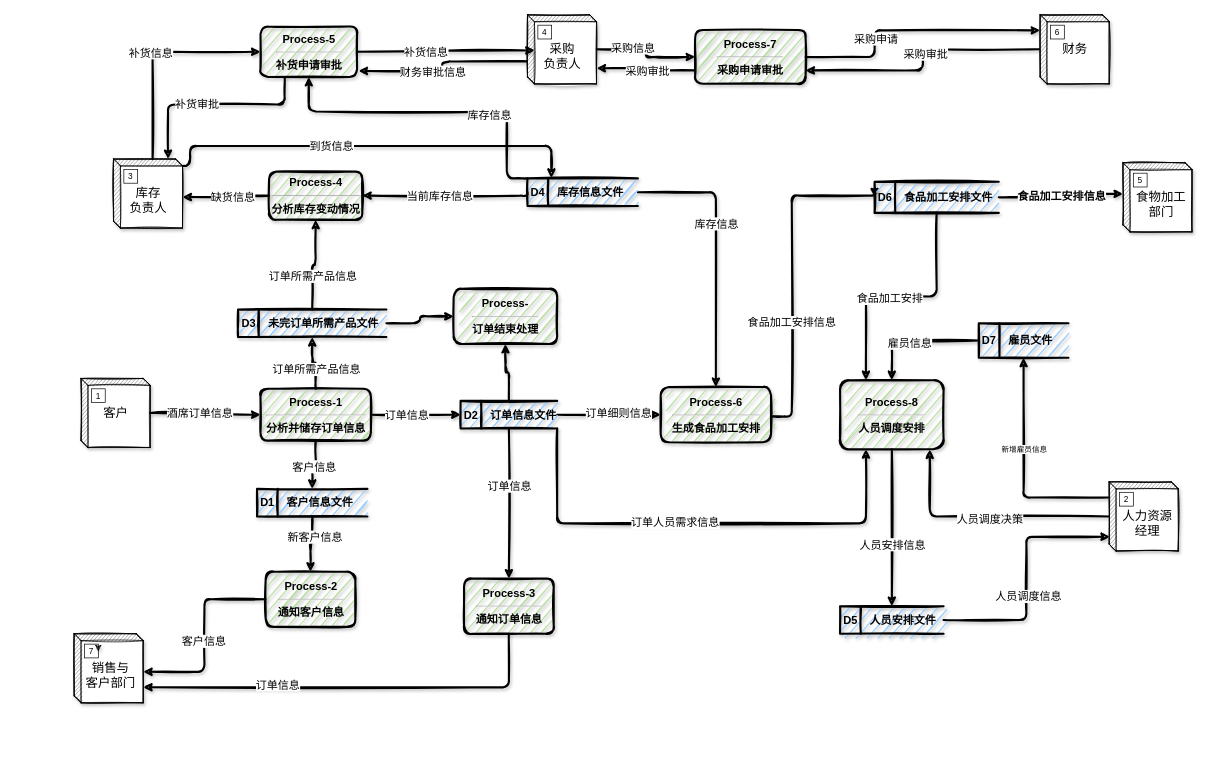
Before: DFD/DFD_layer_0.drawio in YuanchenZhu2020/DrawIO, a draw.io diagram. Source tidied: cells renumbered, new cells numbered last; positions are measured from the earlier drawing's top-left corner, leaving out a move shared by most shapes. Both pictures are drawn from the tidied source at 69%, with x=0, y=0 at pixel (74, 14).
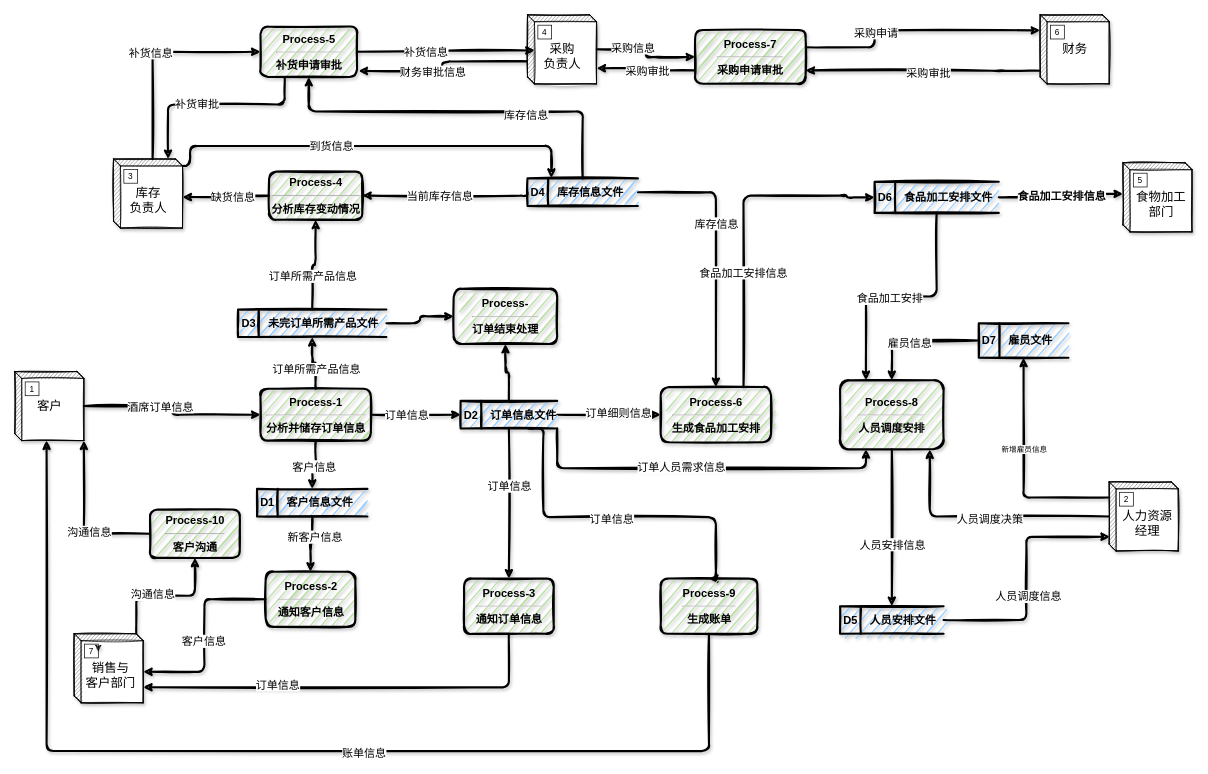
The same page after the edit.

Unchanged cells that the change refers to:
```xml
<mxCell id="22" value="&lt;font style=&quot;font-size: 18px&quot;&gt;财务&lt;/font&gt;" style="html=1;dashed=0;whitespace=wrap;shape=mxgraph.dfd.externalEntity;fontSize=14;shadow=1;sketch=1;" parent="1" vertex="1">
  <mxGeometry x="1400" width="100" height="100" as="geometry" />
</mxCell>
<mxCell id="30" value="&lt;font style=&quot;font-size: 18px&quot;&gt;&lt;br&gt;&amp;nbsp;销售与&lt;br&gt;&amp;nbsp;客户部门&lt;/font&gt;" style="html=1;dashed=0;whitespace=wrap;shape=mxgraph.dfd.externalEntity;shadow=1;sketch=1;fontSize=14;" parent="1" vertex="1">
  <mxGeometry y="897" width="100" height="100" as="geometry" />
</mxCell>
<mxCell id="47" value="&lt;font size=&quot;1&quot;&gt;&lt;b style=&quot;font-size: 16px&quot;&gt;D2&amp;nbsp; &amp;nbsp; 订单信息文件&lt;/b&gt;&lt;/font&gt;" style="html=1;dashed=0;whitespace=wrap;shape=mxgraph.dfd.dataStoreID;align=left;spacingLeft=3;points=[[0,0],[0.5,0],[1,0],[0,0.5],[1,0.5],[0,1],[0.5,1],[1,1]];rounded=1;shadow=1;sketch=1;strokeWidth=3;fillColor=#99CCFF;" parent="1" vertex="1">
  <mxGeometry x="560" y="559.5" width="140" height="40" as="geometry" />
</mxCell>
<mxCell id="70" value="&lt;b&gt;&lt;font style=&quot;font-size: 16px&quot;&gt;D4&amp;nbsp; &amp;nbsp; 库存信息文件&lt;/font&gt;&lt;/b&gt;" style="html=1;dashed=0;whitespace=wrap;shape=mxgraph.dfd.dataStoreID;align=left;spacingLeft=3;points=[[0,0],[0.5,0],[1,0],[0,0.5],[1,0.5],[0,1],[0.5,1],[1,1]];rounded=1;shadow=1;sketch=1;strokeWidth=3;fillColor=#99CCFF;" parent="1" vertex="1">
  <mxGeometry x="657" y="237" width="160" height="40" as="geometry" />
</mxCell>
<mxCell id="75" value="&lt;font style=&quot;font-size: 16px&quot;&gt;&lt;b&gt;Process-5&lt;/b&gt;&lt;/font&gt;&lt;hr style=&quot;font-size: 16px&quot;&gt;&lt;font style=&quot;font-size: 16px&quot;&gt;&lt;b&gt;补货申请审批&lt;/b&gt;&lt;/font&gt;" style="html=1;dashed=0;whitespace=wrap;rounded=1;shadow=1;sketch=1;strokeWidth=3;align=center;fillColor=#B9E0A5;" parent="1" vertex="1">
  <mxGeometry x="270" y="17" width="140" height="73" as="geometry" />
</mxCell>
<mxCell id="78" value="&lt;b style=&quot;font-size: 16px&quot;&gt;&lt;font style=&quot;font-size: 16px&quot;&gt;Process-6&lt;/font&gt;&lt;/b&gt;&lt;hr style=&quot;font-size: 16px&quot;&gt;&lt;b style=&quot;font-size: 16px&quot;&gt;&lt;font style=&quot;font-size: 16px&quot;&gt;生成食品加工安排&lt;/font&gt;&lt;/b&gt;" style="html=1;dashed=0;whitespace=wrap;rounded=1;shadow=1;sketch=1;strokeWidth=3;fillColor=#B9E0A5;align=center;" parent="1" vertex="1">
  <mxGeometry x="850" y="539.5" width="160" height="80" as="geometry" />
</mxCell>
<mxCell id="83" value="&lt;font style=&quot;font-size: 16px&quot;&gt;&lt;b&gt;Process-7&lt;/b&gt;&lt;/font&gt;&lt;hr style=&quot;font-size: 16px&quot;&gt;&lt;font style=&quot;font-size: 16px&quot;&gt;&lt;b&gt;采购申请审批&lt;/b&gt;&lt;/font&gt;" style="rounded=1;whiteSpace=wrap;html=1;shadow=1;dashed=0;sketch=1;strokeWidth=3;fillColor=#B9E0A5;" parent="1" vertex="1">
  <mxGeometry x="900" y="22" width="160" height="78" as="geometry" />
</mxCell>
<mxCell id="86" value="&lt;b style=&quot;font-size: 16px&quot;&gt;&lt;font style=&quot;font-size: 16px&quot;&gt;Process-8&lt;/font&gt;&lt;/b&gt;&lt;hr style=&quot;font-size: 16px&quot;&gt;&lt;b style=&quot;font-size: 16px&quot;&gt;&lt;font style=&quot;font-size: 16px&quot;&gt;人员调度安排&lt;/font&gt;&lt;/b&gt;" style="rounded=1;whiteSpace=wrap;html=1;shadow=1;dashed=0;sketch=1;strokeWidth=3;fillColor=#B9E0A5;" parent="1" vertex="1">
  <mxGeometry x="1110" y="529.5" width="150" height="100" as="geometry" />
</mxCell>
<mxCell id="95" value="&lt;b&gt;&lt;font style=&quot;font-size: 16px&quot;&gt;D6&amp;nbsp; &amp;nbsp; 食品加工安排文件&lt;/font&gt;&lt;/b&gt;" style="html=1;dashed=0;whitespace=wrap;shape=mxgraph.dfd.dataStoreID;align=left;spacingLeft=3;points=[[0,0],[0.5,0],[1,0],[0,0.5],[1,0.5],[0,1],[0.5,1],[1,1]];rounded=1;shadow=1;sketch=1;strokeWidth=3;fillColor=#99CCFF;" parent="1" vertex="1">
  <mxGeometry x="1160" y="242" width="180" height="45" as="geometry" />
</mxCell>
```

What changed in the source:
```diff
@@
     <mxCell id="4" value="&lt;p&gt;&lt;span style=&quot;font-size: 18px ; font-family: &amp;#34;comic sans ms&amp;#34;&quot;&gt;客户&lt;/span&gt;&lt;br&gt;&lt;/p&gt;" style="html=1;dashed=0;whitespace=wrap;shape=mxgraph.dfd.externalEntity;sketch=1;shadow=1;" parent="1" vertex="1">
-      <mxGeometry x="10" y="527" width="100" height="100" as="geometry" />
+      <mxGeometry x="-86" y="517" width="100" height="100" as="geometry" />
     </mxCell>
@@
     <mxCell id="20" style="edgeStyle=orthogonalEdgeStyle;sketch=1;jettySize=auto;html=1;entryX=1;entryY=0.75;entryDx=0;entryDy=0;shadow=1;strokeWidth=3;" parent="1" edge="1" source="22" target="83">
-      <mxGeometry relative="1" as="geometry" />
+      <mxGeometry relative="1" as="geometry">
+        <Array as="points">
+          <mxPoint x="1340" y="81" />
+          <mxPoint x="1340" y="81" />
+        </Array>
+      </mxGeometry>
     </mxCell>
@@
+    <mxCell id="99" style="edgeStyle=orthogonalEdgeStyle;sketch=1;jettySize=auto;html=1;entryX=0.5;entryY=1;entryDx=0;entryDy=0;shadow=1;strokeWidth=3;exitX=0;exitY=0;exitDx=90;exitDy=0;exitPerimeter=0;" parent="1" edge="1" source="30" target="108">
+      <mxGeometry relative="1" as="geometry" />
+    </mxCell>
+    <mxCell id="100" value="&lt;font style=&quot;font-size: 16px&quot;&gt;沟通信息&lt;/font&gt;" style="edgeLabel;html=1;align=center;verticalAlign=middle;" parent="99" vertex="1">
+      <mxGeometry x="-0.19" y="3" relative="1" as="geometry">
+        <mxPoint x="-1" as="offset" />
+      </mxGeometry>
+    </mxCell>
@@
     <mxCell id="44" style="edgeStyle=orthogonalEdgeStyle;sketch=1;jettySize=auto;html=1;exitX=1;exitY=1;exitDx=0;exitDy=0;entryX=0.25;entryY=1;entryDx=0;entryDy=0;shadow=1;strokeWidth=3;" parent="1" edge="1" source="47" target="86">
       <mxGeometry relative="1" as="geometry">
         <Array as="points">
-          <mxPoint x="700" y="737" />
-          <mxPoint x="1148" y="737" />
+          <mxPoint x="700" y="657" />
+          <mxPoint x="1148" y="657" />
         </Array>
       </mxGeometry>
     </mxCell>
@@
+    <mxCell id="101" style="edgeStyle=orthogonalEdgeStyle;sketch=1;jettySize=auto;html=1;exitX=0.702;exitY=0.996;exitDx=0;exitDy=0;shadow=1;strokeWidth=3;entryX=0.5;entryY=0;entryDx=0;entryDy=0;exitPerimeter=0;" parent="1" edge="1" source="47" target="105">
+      <mxGeometry relative="1" as="geometry">
+        <Array as="points">
+          <mxPoint x="680" y="599" />
+          <mxPoint x="680" y="728" />
+          <mxPoint x="930" y="728" />
+          <mxPoint x="930" y="817" />
+        </Array>
+      </mxGeometry>
+    </mxCell>
+    <mxCell id="102" value="&lt;font style=&quot;font-size: 16px&quot;&gt;订单信息&lt;/font&gt;" style="edgeLabel;html=1;align=center;verticalAlign=middle;" parent="101" vertex="1">
+      <mxGeometry y="-2" relative="1" as="geometry">
+        <mxPoint x="-1" as="offset" />
+      </mxGeometry>
+    </mxCell>
@@
-    <mxCell id="68" style="edgeStyle=orthogonalEdgeStyle;sketch=1;jettySize=auto;html=1;entryX=0.5;entryY=1;entryDx=0;entryDy=0;shadow=1;strokeWidth=3;exitX=0;exitY=0;exitDx=0;exitDy=0;" parent="1" edge="1" source="70" target="75">
+    <mxCell id="68" style="edgeStyle=orthogonalEdgeStyle;sketch=1;jettySize=auto;html=1;entryX=0.5;entryY=1;entryDx=0;entryDy=0;shadow=1;strokeWidth=3;exitX=0.5;exitY=0;exitDx=0;exitDy=0;" parent="1" edge="1" source="70" target="75">
       <mxGeometry relative="1" as="geometry">
         <Array as="points">
-          <mxPoint x="627" y="237" />
-          <mxPoint x="627" y="140" />
+          <mxPoint x="737" y="140" />
           <mxPoint x="340" y="140" />
         </Array>
       </mxGeometry>
     </mxCell>
@@
-    <mxCell id="76" style="edgeStyle=orthogonalEdgeStyle;sketch=1;jettySize=auto;html=1;shadow=1;strokeWidth=3;entryX=0;entryY=0.5;entryDx=0;entryDy=0;" parent="1" edge="1" source="78" target="95">
+    <mxCell id="76" style="edgeStyle=orthogonalEdgeStyle;sketch=1;jettySize=auto;html=1;shadow=1;strokeWidth=3;exitX=0.75;exitY=0;exitDx=0;exitDy=0;entryX=0;entryY=0.5;entryDx=0;entryDy=0;" parent="1" edge="1" source="78" target="95">
       <mxGeometry relative="1" as="geometry">
         <Array as="points">
-          <mxPoint x="1040" y="582" />
-          <mxPoint x="1040" y="262" />
-          <mxPoint x="1160" y="262" />
+          <mxPoint x="970" y="262" />
+          <mxPoint x="1120" y="262" />
+          <mxPoint x="1120" y="265" />
         </Array>
       </mxGeometry>
     </mxCell>
@@
     <mxCell id="79" style="edgeStyle=orthogonalEdgeStyle;sketch=1;jettySize=auto;html=1;entryX=0;entryY=0;entryDx=0;entryDy=22.5;entryPerimeter=0;shadow=1;strokeWidth=3;" parent="1" edge="1" source="83" target="22">
       <mxGeometry relative="1" as="geometry">
         <Array as="points">
-          <mxPoint x="1160" y="61" />
+          <mxPoint x="1160" y="47" />
           <mxPoint x="1160" y="23" />
         </Array>
       </mxGeometry>
     </mxCell>
@@
+    <mxCell id="103" style="edgeStyle=orthogonalEdgeStyle;sketch=1;jettySize=auto;html=1;shadow=1;strokeWidth=3;" parent="1" edge="1" source="105" target="4">
+      <mxGeometry relative="1" as="geometry">
+        <Array as="points">
+          <mxPoint x="920" y="1067" />
+          <mxPoint x="-40" y="1067" />
+        </Array>
+      </mxGeometry>
+    </mxCell>
+    <mxCell id="104" value="&lt;font style=&quot;font-size: 16px&quot;&gt;账单信息&lt;/font&gt;" style="edgeLabel;html=1;align=center;verticalAlign=middle;" parent="103" vertex="1">
+      <mxGeometry x="-0.15" y="2" relative="1" as="geometry">
+        <mxPoint x="1" as="offset" />
+      </mxGeometry>
+    </mxCell>
+    <mxCell id="105" value="&lt;b style=&quot;font-size: 16px&quot;&gt;&lt;font style=&quot;font-size: 16px&quot;&gt;Process-9&lt;/font&gt;&lt;/b&gt;&lt;hr style=&quot;font-size: 16px&quot;&gt;&lt;b style=&quot;font-size: 16px&quot;&gt;&lt;font style=&quot;font-size: 16px&quot;&gt;生成账单&lt;/font&gt;&lt;/b&gt;" style="html=1;dashed=0;whitespace=wrap;rounded=1;shadow=1;sketch=1;strokeWidth=3;fillColor=#B9E0A5;" parent="1" vertex="1">
+      <mxGeometry x="850" y="817" width="140" height="80" as="geometry" />
+    </mxCell>
+    <mxCell id="106" style="edgeStyle=orthogonalEdgeStyle;sketch=1;jettySize=auto;html=1;entryX=1;entryY=1;entryDx=0;entryDy=0;entryPerimeter=0;shadow=1;strokeWidth=3;" parent="1" edge="1" source="108" target="4">
+      <mxGeometry relative="1" as="geometry" />
+    </mxCell>
+    <mxCell id="107" value="&lt;font style=&quot;font-size: 16px&quot;&gt;沟通信息&lt;/font&gt;" style="edgeLabel;html=1;align=center;verticalAlign=middle;" parent="106" vertex="1">
+      <mxGeometry x="-0.24" y="-3" relative="1" as="geometry">
+        <mxPoint x="-1" as="offset" />
+      </mxGeometry>
+    </mxCell>
+    <mxCell id="108" value="&lt;b style=&quot;font-size: 16px&quot;&gt;&lt;font style=&quot;font-size: 16px&quot;&gt;Process-10&lt;/font&gt;&lt;/b&gt;&lt;hr style=&quot;font-size: 16px&quot;&gt;&lt;b style=&quot;font-size: 16px&quot;&gt;&lt;font style=&quot;font-size: 16px&quot;&gt;客户沟通&lt;/font&gt;&lt;/b&gt;" style="html=1;dashed=0;whitespace=wrap;rounded=1;shadow=1;sketch=1;strokeWidth=3;fillColor=#B9E0A5;" parent="1" vertex="1">
+      <mxGeometry x="110" y="717" width="130" height="70" as="geometry" />
+    </mxCell>
```
